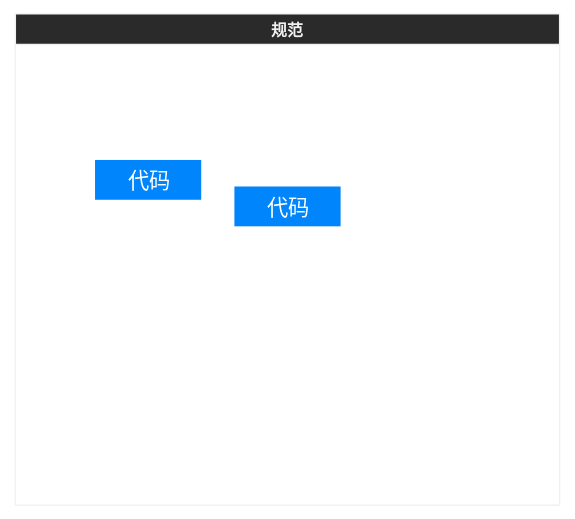
Echo-Yanglulu/obsidianPrivateNote keeps this draw.io diagram as 笔记/前端/工程化/Untitled Diagram.svg. Above is the earlier version. Source tidied: cells renumbered, new cells last; positions are measured from the earlier drawing's top-left corner, leaving out a move shared by most shapes.
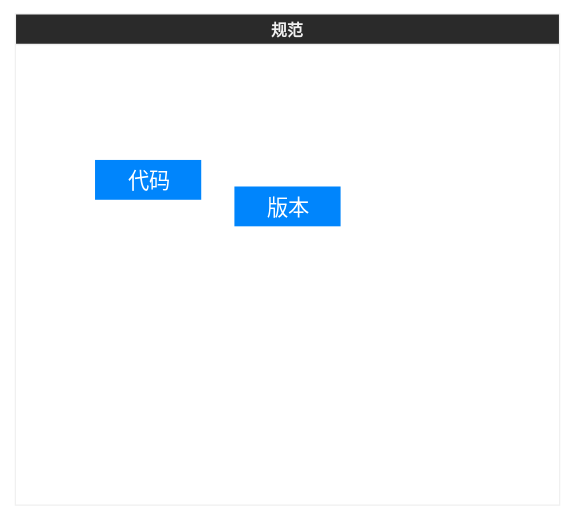
Above is the later version.

Diff of the diagram source:
```diff
@@ -8,7 +8,7 @@
     <mxCell id="3" value="代码" style="html=1;shadow=0;dashed=0;shape=mxgraph.bootstrap.rrect;rSize=5;strokeColor=none;strokeWidth=1;fillColor=#0085FC;fontColor=#FFFFFF;whiteSpace=wrap;align=center;verticalAlign=middle;spacingLeft=0;fontStyle=0;fontSize=16;spacing=5;" parent="2" vertex="1">
       <mxGeometry x="60" y="110" width="80" height="30" as="geometry" />
     </mxCell>
-    <mxCell id="4" value="代码" style="html=1;shadow=0;dashed=0;shape=mxgraph.bootstrap.rrect;rSize=5;strokeColor=none;strokeWidth=1;fillColor=#0085FC;fontColor=#FFFFFF;whiteSpace=wrap;align=center;verticalAlign=middle;spacingLeft=0;fontStyle=0;fontSize=16;spacing=5;" parent="2" vertex="1">
+    <mxCell id="4" value="版本" style="html=1;shadow=0;dashed=0;shape=mxgraph.bootstrap.rrect;rSize=5;strokeColor=none;strokeWidth=1;fillColor=#0085FC;fontColor=#FFFFFF;whiteSpace=wrap;align=center;verticalAlign=middle;spacingLeft=0;fontStyle=0;fontSize=16;spacing=5;" parent="2" vertex="1">
       <mxGeometry x="165" y="130" width="80" height="30" as="geometry" />
     </mxCell>
   </root>
```
